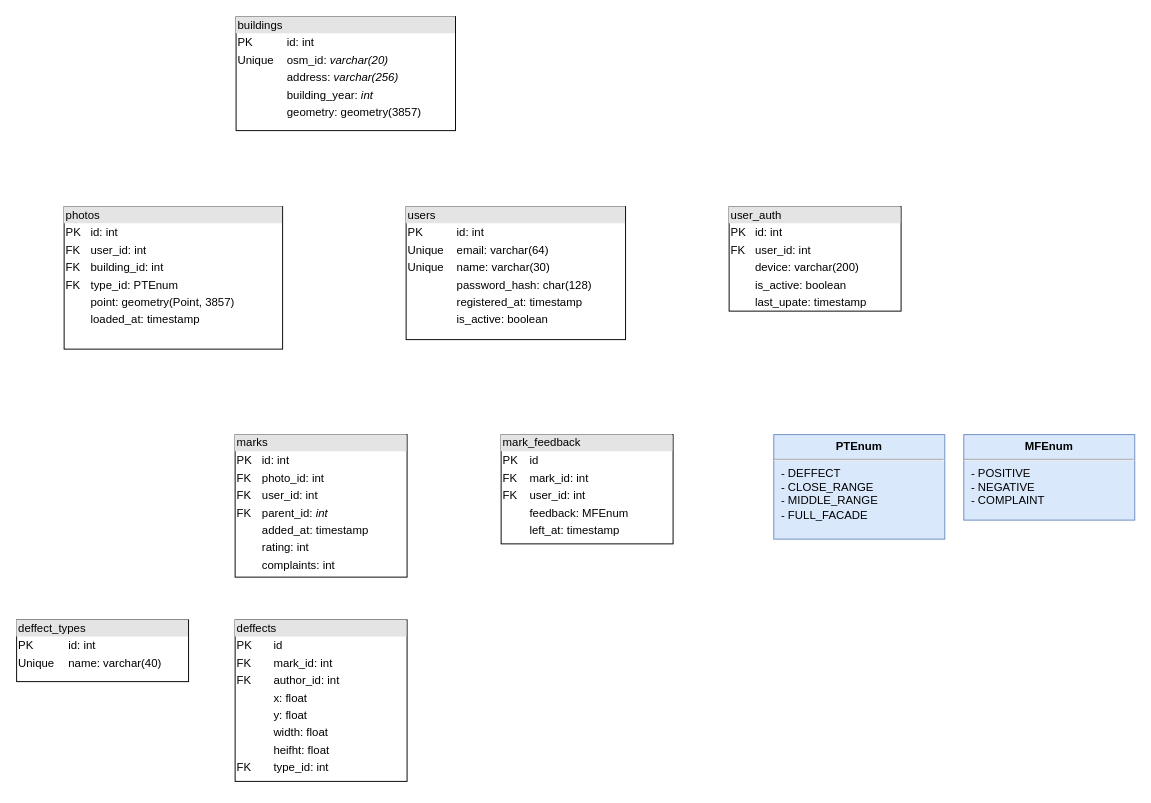
The draw.io diagram facades_diagrams.drawio in kanootoko/facades-state-evaluation, before the edit. Source tidied: cells renumbered, new cells numbered last; positions are measured from the earlier drawing's top-left corner, leaving out a move shared by most shapes. Both pictures are drawn from the tidied source at 95%, with x=0, y=0 at pixel (16, 16).
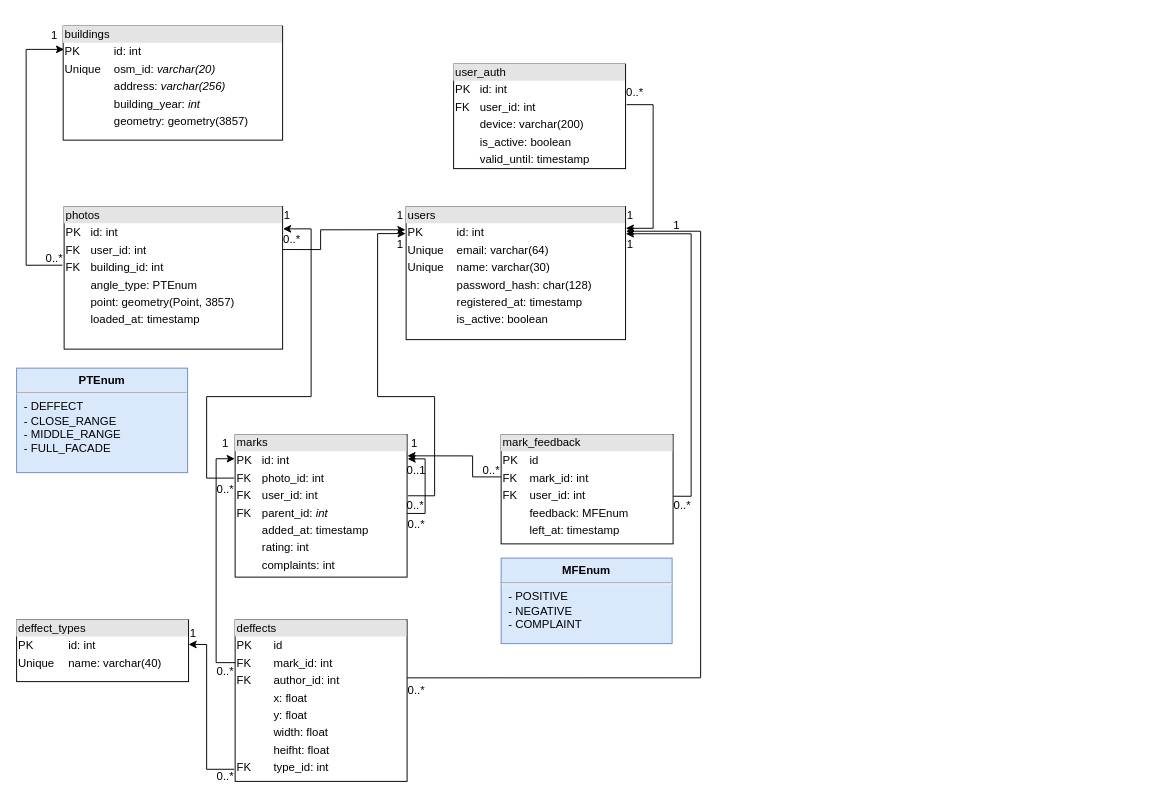
Above is the later version.

The change refers to these unchanged cells:
```xml
<mxCell id="3" value="&lt;div style=&quot;box-sizing: border-box ; width: 100% ; background: #e4e4e4 ; padding: 2px&quot;&gt;users&lt;/div&gt;&lt;table style=&quot;width: 100% ; font-size: 1em&quot; cellpadding=&quot;2&quot; cellspacing=&quot;0&quot;&gt;&lt;tbody&gt;&lt;tr&gt;&lt;td&gt;PK&lt;/td&gt;&lt;td&gt;id: int&lt;/td&gt;&lt;/tr&gt;&lt;tr&gt;&lt;td&gt;Unique&lt;/td&gt;&lt;td&gt;email: varchar(64)&lt;/td&gt;&lt;/tr&gt;&lt;tr&gt;&lt;td&gt;Unique&lt;/td&gt;&lt;td&gt;name: varchar(30)&lt;/td&gt;&lt;/tr&gt;&lt;tr&gt;&lt;td&gt;&lt;br&gt;&lt;/td&gt;&lt;td&gt;password_hash: char(128)&lt;/td&gt;&lt;/tr&gt;&lt;tr&gt;&lt;td&gt;&lt;br&gt;&lt;/td&gt;&lt;td&gt;registered_at: timestamp&lt;/td&gt;&lt;/tr&gt;&lt;tr&gt;&lt;td&gt;&lt;br&gt;&lt;/td&gt;&lt;td&gt;is_active: boolean&lt;/td&gt;&lt;/tr&gt;&lt;/tbody&gt;&lt;/table&gt;" style="verticalAlign=top;align=left;overflow=fill;html=1;" parent="1" vertex="1">
  <mxGeometry x="410" y="200" width="231" height="140" as="geometry" />
</mxCell>
<mxCell id="4" value="&lt;div style=&quot;box-sizing: border-box ; width: 100% ; background: #e4e4e4 ; padding: 2px&quot;&gt;deffects&lt;/div&gt;&lt;table style=&quot;width: 100% ; font-size: 1em&quot; cellpadding=&quot;2&quot; cellspacing=&quot;0&quot;&gt;&lt;tbody&gt;&lt;tr&gt;&lt;td&gt;PK&lt;/td&gt;&lt;td&gt;id&lt;/td&gt;&lt;/tr&gt;&lt;tr&gt;&lt;td&gt;FK&lt;/td&gt;&lt;td&gt;mark_id: int&lt;/td&gt;&lt;/tr&gt;&lt;tr&gt;&lt;td&gt;FK&lt;/td&gt;&lt;td&gt;author_id: int&lt;/td&gt;&lt;/tr&gt;&lt;tr&gt;&lt;td&gt;&lt;/td&gt;&lt;td&gt;x: float&lt;/td&gt;&lt;/tr&gt;&lt;tr&gt;&lt;td&gt;&lt;br&gt;&lt;/td&gt;&lt;td&gt;y: float&lt;/td&gt;&lt;/tr&gt;&lt;tr&gt;&lt;td&gt;&lt;br&gt;&lt;/td&gt;&lt;td&gt;width: float&lt;/td&gt;&lt;/tr&gt;&lt;tr&gt;&lt;td&gt;&lt;br&gt;&lt;/td&gt;&lt;td&gt;heifht: float&lt;/td&gt;&lt;/tr&gt;&lt;tr&gt;&lt;td&gt;FK&lt;/td&gt;&lt;td&gt;type_id: int&lt;br&gt;&lt;/td&gt;&lt;/tr&gt;&lt;/tbody&gt;&lt;/table&gt;" style="verticalAlign=top;align=left;overflow=fill;html=1;" parent="1" vertex="1">
  <mxGeometry x="230" y="635" width="181" height="170" as="geometry" />
</mxCell>
<mxCell id="5" value="&lt;div style=&quot;box-sizing: border-box ; width: 100% ; background: #e4e4e4 ; padding: 2px&quot;&gt;marks&lt;/div&gt;&lt;table style=&quot;width: 100% ; font-size: 1em&quot; cellpadding=&quot;2&quot; cellspacing=&quot;0&quot;&gt;&lt;tbody&gt;&lt;tr&gt;&lt;td&gt;PK&lt;/td&gt;&lt;td&gt;id: int&lt;/td&gt;&lt;/tr&gt;&lt;tr&gt;&lt;td&gt;FK&lt;/td&gt;&lt;td&gt;photo_id: int&lt;/td&gt;&lt;/tr&gt;&lt;tr&gt;&lt;td&gt;FK&lt;/td&gt;&lt;td&gt;user_id: int&lt;br&gt;&lt;/td&gt;&lt;/tr&gt;&lt;tr&gt;&lt;td&gt;FK&lt;/td&gt;&lt;td&gt;parent_id: &lt;i&gt;int&lt;/i&gt;&lt;/td&gt;&lt;/tr&gt;&lt;tr&gt;&lt;td&gt;&lt;br&gt;&lt;/td&gt;&lt;td&gt;added_at: timestamp&lt;/td&gt;&lt;/tr&gt;&lt;tr&gt;&lt;td&gt;&lt;br&gt;&lt;/td&gt;&lt;td&gt;rating: int&lt;/td&gt;&lt;/tr&gt;&lt;tr&gt;&lt;td&gt;&lt;br&gt;&lt;/td&gt;&lt;td&gt;complaints: int&lt;/td&gt;&lt;/tr&gt;&lt;/tbody&gt;&lt;/table&gt;" style="verticalAlign=top;align=left;overflow=fill;html=1;" parent="1" vertex="1">
  <mxGeometry x="230" y="440" width="181" height="150" as="geometry" />
</mxCell>
<mxCell id="6" value="&lt;div style=&quot;box-sizing: border-box ; width: 100% ; background: #e4e4e4 ; padding: 2px&quot;&gt;mark_feedback&lt;/div&gt;&lt;table style=&quot;width: 100% ; font-size: 1em&quot; cellpadding=&quot;2&quot; cellspacing=&quot;0&quot;&gt;&lt;tbody&gt;&lt;tr&gt;&lt;td&gt;PK&lt;/td&gt;&lt;td&gt;id&lt;/td&gt;&lt;/tr&gt;&lt;tr&gt;&lt;td&gt;FK&lt;/td&gt;&lt;td&gt;mark_id: int&lt;/td&gt;&lt;/tr&gt;&lt;tr&gt;&lt;td&gt;FK&lt;/td&gt;&lt;td&gt;user_id: int&lt;/td&gt;&lt;/tr&gt;&lt;tr&gt;&lt;td&gt;&lt;br&gt;&lt;/td&gt;&lt;td&gt;feedback: MFEnum&lt;/td&gt;&lt;/tr&gt;&lt;tr&gt;&lt;td&gt;&lt;br&gt;&lt;/td&gt;&lt;td&gt;left_at: timestamp&lt;/td&gt;&lt;/tr&gt;&lt;/tbody&gt;&lt;/table&gt;" style="verticalAlign=top;align=left;overflow=fill;html=1;" parent="1" vertex="1">
  <mxGeometry x="510" y="440" width="181" height="115" as="geometry" />
</mxCell>
<mxCell id="8" value="&lt;div style=&quot;box-sizing: border-box ; width: 100% ; background: #e4e4e4 ; padding: 2px&quot;&gt;deffect_types&lt;/div&gt;&lt;table style=&quot;width: 100% ; font-size: 1em&quot; cellpadding=&quot;2&quot; cellspacing=&quot;0&quot;&gt;&lt;tbody&gt;&lt;tr&gt;&lt;td&gt;PK&lt;/td&gt;&lt;td&gt;id: int&lt;/td&gt;&lt;/tr&gt;&lt;tr&gt;&lt;td&gt;Unique&lt;/td&gt;&lt;td&gt;name: varchar(40)&lt;/td&gt;&lt;/tr&gt;&lt;/tbody&gt;&lt;/table&gt;" style="verticalAlign=top;align=left;overflow=fill;html=1;" parent="1" vertex="1">
  <mxGeometry y="635" width="181" height="65" as="geometry" />
</mxCell>
```

Diff of the diagram source:
```diff
@@
-    <mxCell id="2" value="&lt;div style=&quot;box-sizing: border-box ; width: 100% ; background: #e4e4e4 ; padding: 2px&quot;&gt;photos&lt;/div&gt;&lt;table style=&quot;width: 100% ; font-size: 1em&quot; cellpadding=&quot;2&quot; cellspacing=&quot;0&quot;&gt;&lt;tbody&gt;&lt;tr&gt;&lt;td&gt;PK&lt;/td&gt;&lt;td&gt;id: int&lt;/td&gt;&lt;/tr&gt;&lt;tr&gt;&lt;td&gt;FK&lt;/td&gt;&lt;td&gt;user_id: int&lt;/td&gt;&lt;/tr&gt;&lt;tr&gt;&lt;td&gt;FK&lt;/td&gt;&lt;td&gt;building_id: int&lt;/td&gt;&lt;/tr&gt;&lt;tr&gt;&lt;td&gt;FK&lt;/td&gt;&lt;td&gt;type_id: PTEnum&lt;/td&gt;&lt;/tr&gt;&lt;tr&gt;&lt;td&gt;&lt;br&gt;&lt;/td&gt;&lt;td&gt;point: geometry(Point, 3857)&lt;/td&gt;&lt;/tr&gt;&lt;tr&gt;&lt;td&gt;&lt;br&gt;&lt;/td&gt;&lt;td&gt;loaded_at: timestamp&lt;/td&gt;&lt;/tr&gt;&lt;/tbody&gt;&lt;/table&gt;" style="verticalAlign=top;align=left;overflow=fill;html=1;" parent="1" vertex="1">
+    <mxCell id="2" value="&lt;div style=&quot;box-sizing: border-box ; width: 100% ; background: #e4e4e4 ; padding: 2px&quot;&gt;photos&lt;/div&gt;&lt;table style=&quot;width: 100% ; font-size: 1em&quot; cellpadding=&quot;2&quot; cellspacing=&quot;0&quot;&gt;&lt;tbody&gt;&lt;tr&gt;&lt;td&gt;PK&lt;/td&gt;&lt;td&gt;id: int&lt;/td&gt;&lt;/tr&gt;&lt;tr&gt;&lt;td&gt;FK&lt;/td&gt;&lt;td&gt;user_id: int&lt;/td&gt;&lt;/tr&gt;&lt;tr&gt;&lt;td&gt;FK&lt;/td&gt;&lt;td&gt;building_id: int&lt;/td&gt;&lt;/tr&gt;&lt;tr&gt;&lt;td&gt;&lt;br&gt;&lt;/td&gt;&lt;td&gt;angle_type: PTEnum&lt;/td&gt;&lt;/tr&gt;&lt;tr&gt;&lt;td&gt;&lt;br&gt;&lt;/td&gt;&lt;td&gt;point: geometry(Point, 3857)&lt;/td&gt;&lt;/tr&gt;&lt;tr&gt;&lt;td&gt;&lt;br&gt;&lt;/td&gt;&lt;td&gt;loaded_at: timestamp&lt;/td&gt;&lt;/tr&gt;&lt;/tbody&gt;&lt;/table&gt;" style="verticalAlign=top;align=left;overflow=fill;html=1;" parent="1" vertex="1">
       <mxGeometry x="50" y="200" width="230" height="150" as="geometry" />
     </mxCell>
@@
-    <mxCell id="7" value="&lt;div style=&quot;box-sizing: border-box ; width: 100% ; background: #e4e4e4 ; padding: 2px&quot;&gt;user_auth&lt;/div&gt;&lt;table style=&quot;width: 100% ; font-size: 1em&quot; cellpadding=&quot;2&quot; cellspacing=&quot;0&quot;&gt;&lt;tbody&gt;&lt;tr&gt;&lt;td&gt;PK&lt;/td&gt;&lt;td&gt;id: int&lt;/td&gt;&lt;/tr&gt;&lt;tr&gt;&lt;td&gt;FK&lt;/td&gt;&lt;td&gt;user_id: int&lt;/td&gt;&lt;/tr&gt;&lt;tr&gt;&lt;td&gt;&lt;/td&gt;&lt;td&gt;device: varchar(200)&lt;/td&gt;&lt;/tr&gt;&lt;tr&gt;&lt;td&gt;&lt;br&gt;&lt;/td&gt;&lt;td&gt;is_active: boolean&lt;/td&gt;&lt;/tr&gt;&lt;tr&gt;&lt;td&gt;&lt;br&gt;&lt;/td&gt;&lt;td&gt;last_upate: timestamp&lt;/td&gt;&lt;/tr&gt;&lt;/tbody&gt;&lt;/table&gt;" style="verticalAlign=top;align=left;overflow=fill;html=1;" parent="1" vertex="1">
-      <mxGeometry x="750" y="200" width="181" height="110" as="geometry" />
+    <mxCell id="7" value="&lt;div style=&quot;box-sizing: border-box ; width: 100% ; background: #e4e4e4 ; padding: 2px&quot;&gt;user_auth&lt;/div&gt;&lt;table style=&quot;width: 100% ; font-size: 1em&quot; cellpadding=&quot;2&quot; cellspacing=&quot;0&quot;&gt;&lt;tbody&gt;&lt;tr&gt;&lt;td&gt;PK&lt;/td&gt;&lt;td&gt;id: int&lt;/td&gt;&lt;/tr&gt;&lt;tr&gt;&lt;td&gt;FK&lt;/td&gt;&lt;td&gt;user_id: int&lt;/td&gt;&lt;/tr&gt;&lt;tr&gt;&lt;td&gt;&lt;/td&gt;&lt;td&gt;device: varchar(200)&lt;/td&gt;&lt;/tr&gt;&lt;tr&gt;&lt;td&gt;&lt;br&gt;&lt;/td&gt;&lt;td&gt;is_active: boolean&lt;/td&gt;&lt;/tr&gt;&lt;tr&gt;&lt;td&gt;&lt;br&gt;&lt;/td&gt;&lt;td&gt;valid_until: timestamp&lt;/td&gt;&lt;/tr&gt;&lt;/tbody&gt;&lt;/table&gt;" style="verticalAlign=top;align=left;overflow=fill;html=1;" parent="1" vertex="1">
+      <mxGeometry x="460" y="50" width="181" height="110" as="geometry" />
     </mxCell>
@@
     <mxCell id="9" value="&lt;p style=&quot;margin: 0px ; margin-top: 6px ; text-align: center&quot;&gt;&lt;b&gt;PTEnum&lt;/b&gt;&lt;/p&gt;&lt;hr&gt;&lt;p style=&quot;margin: 0px ; margin-left: 8px&quot;&gt;- DEFFECT&lt;/p&gt;&lt;p style=&quot;margin: 0px ; margin-left: 8px&quot;&gt;- CLOSE_RANGE&lt;br&gt;- MIDDLE_RANGE&lt;/p&gt;&lt;p style=&quot;margin: 0px ; margin-left: 8px&quot;&gt;- FULL_FACADE&lt;/p&gt;" style="align=left;overflow=fill;html=1;fillColor=#dae8fc;strokeColor=#6c8ebf;" parent="1" vertex="1">
-      <mxGeometry x="797" y="440" width="180" height="110" as="geometry" />
+      <mxGeometry y="370" width="180" height="110" as="geometry" />
     </mxCell>
     <mxCell id="10" value="&lt;p style=&quot;margin: 0px ; margin-top: 6px ; text-align: center&quot;&gt;&lt;b&gt;MFEnum&lt;/b&gt;&lt;/p&gt;&lt;hr&gt;&lt;p style=&quot;margin: 0px ; margin-left: 8px&quot;&gt;- POSITIVE&lt;/p&gt;&lt;p style=&quot;margin: 0px ; margin-left: 8px&quot;&gt;- NEGATIVE&lt;br&gt;- COMPLAINT&lt;br&gt;&lt;/p&gt;" style="align=left;overflow=fill;html=1;fillColor=#dae8fc;strokeColor=#6c8ebf;" parent="1" vertex="1">
-      <mxGeometry x="997" y="440" width="180" height="90" as="geometry" />
+      <mxGeometry x="510" y="570" width="180" height="90" as="geometry" />
     </mxCell>
     <mxCell id="11" value="&lt;div style=&quot;box-sizing: border-box ; width: 100% ; background: #e4e4e4 ; padding: 2px&quot;&gt;buildings&lt;/div&gt;&lt;table style=&quot;width: 100% ; font-size: 1em&quot; cellpadding=&quot;2&quot; cellspacing=&quot;0&quot;&gt;&lt;tbody&gt;&lt;tr&gt;&lt;td&gt;PK&lt;/td&gt;&lt;td&gt;id: int&lt;/td&gt;&lt;/tr&gt;&lt;tr&gt;&lt;td&gt;Unique&lt;/td&gt;&lt;td&gt;osm_id: &lt;i&gt;varchar(20)&lt;/i&gt;&lt;/td&gt;&lt;/tr&gt;&lt;tr&gt;&lt;td&gt;&lt;br&gt;&lt;/td&gt;&lt;td&gt;address: &lt;i&gt;varchar(256)&lt;/i&gt;&lt;/td&gt;&lt;/tr&gt;&lt;tr&gt;&lt;td&gt;&lt;br&gt;&lt;/td&gt;&lt;td&gt;building_year: &lt;i&gt;int&lt;/i&gt;&lt;/td&gt;&lt;/tr&gt;&lt;tr&gt;&lt;td&gt;&lt;br&gt;&lt;/td&gt;&lt;td&gt;geometry: geometry(3857)&lt;/td&gt;&lt;/tr&gt;&lt;/tbody&gt;&lt;/table&gt;" style="verticalAlign=top;align=left;overflow=fill;html=1;" parent="1" vertex="1">
-      <mxGeometry x="231" width="231" height="120" as="geometry" />
+      <mxGeometry x="49" y="10" width="231" height="120" as="geometry" />
     </mxCell>
+    <mxCell id="12" style="endArrow=classic;html=1;rounded=0;exitX=-0.008;exitY=0.411;exitDx=0;exitDy=0;exitPerimeter=0;edgeStyle=orthogonalEdgeStyle;entryX=0.004;entryY=0.204;entryDx=0;entryDy=0;entryPerimeter=0;" parent="1" edge="1" source="2" target="11">
+      <mxGeometry relative="1" as="geometry">
+        <Array as="points">
+          <mxPoint x="10" y="262" />
+          <mxPoint x="10" y="35" />
+        </Array>
+      </mxGeometry>
+    </mxCell>
+    <mxCell id="13" style="endArrow=classic;html=1;rounded=0;exitX=-0.006;exitY=0.305;exitDx=0;exitDy=0;exitPerimeter=0;edgeStyle=orthogonalEdgeStyle;entryX=1.002;entryY=0.156;entryDx=0;entryDy=0;entryPerimeter=0;" parent="1" edge="1" source="5" target="2">
+      <mxGeometry relative="1" as="geometry">
+        <Array as="points">
+          <mxPoint x="200" y="486" />
+          <mxPoint x="200" y="400" />
+          <mxPoint x="310" y="400" />
+          <mxPoint x="310" y="223" />
+        </Array>
+      </mxGeometry>
+    </mxCell>
+    <mxCell id="14" style="endArrow=classic;html=1;rounded=0;exitX=1;exitY=0.553;exitDx=0;exitDy=0;exitPerimeter=0;edgeStyle=orthogonalEdgeStyle;entryX=1.003;entryY=0.17;entryDx=0;entryDy=0;entryPerimeter=0;" parent="1" edge="1" source="5" target="5">
+      <mxGeometry relative="1" as="geometry">
+        <Array as="points">
+          <mxPoint x="430" y="523" />
+          <mxPoint x="430" y="466" />
+        </Array>
+      </mxGeometry>
+    </mxCell>
+    <mxCell id="15" style="endArrow=classic;html=1;rounded=0;exitX=1.006;exitY=0.429;exitDx=0;exitDy=0;exitPerimeter=0;edgeStyle=orthogonalEdgeStyle;entryX=-0.002;entryY=0.203;entryDx=0;entryDy=0;entryPerimeter=0;" parent="1" edge="1" source="5" target="3">
+      <mxGeometry relative="1" as="geometry">
+        <Array as="points">
+          <mxPoint x="440" y="504" />
+          <mxPoint x="440" y="400" />
+          <mxPoint x="380" y="400" />
+          <mxPoint x="380" y="228" />
+        </Array>
+      </mxGeometry>
+    </mxCell>
+    <mxCell id="16" style="endArrow=classic;html=1;rounded=0;exitX=0;exitY=0.387;exitDx=0;exitDy=0;exitPerimeter=0;edgeStyle=orthogonalEdgeStyle;entryX=1.002;entryY=0.149;entryDx=0;entryDy=0;entryPerimeter=0;" parent="1" edge="1" source="6" target="5">
+      <mxGeometry relative="1" as="geometry">
+        <Array as="points">
+          <mxPoint x="480" y="485" />
+          <mxPoint x="480" y="462" />
+        </Array>
+      </mxGeometry>
+    </mxCell>
+    <mxCell id="17" style="endArrow=classic;html=1;rounded=0;exitX=1.001;exitY=0.564;exitDx=0;exitDy=0;exitPerimeter=0;edgeStyle=orthogonalEdgeStyle;entryX=1.001;entryY=0.204;entryDx=0;entryDy=0;entryPerimeter=0;" parent="1" edge="1" source="6" target="3">
+      <mxGeometry relative="1" as="geometry">
+        <Array as="points">
+          <mxPoint x="710" y="505" />
+          <mxPoint x="710" y="229" />
+        </Array>
+      </mxGeometry>
+    </mxCell>
+    <mxCell id="18" style="endArrow=classic;html=1;rounded=0;exitX=1.006;exitY=0.388;exitDx=0;exitDy=0;exitPerimeter=0;edgeStyle=orthogonalEdgeStyle;entryX=1.001;entryY=0.163;entryDx=0;entryDy=0;entryPerimeter=0;" parent="1" edge="1" source="7" target="3">
+      <mxGeometry relative="1" as="geometry">
+        <Array as="points">
+          <mxPoint x="670" y="93" />
+          <mxPoint x="670" y="223" />
+        </Array>
+      </mxGeometry>
+    </mxCell>
+    <mxCell id="19" style="endArrow=classic;html=1;rounded=0;exitX=-0.006;exitY=0.925;exitDx=0;exitDy=0;exitPerimeter=0;edgeStyle=orthogonalEdgeStyle;entryX=1;entryY=0.398;entryDx=0;entryDy=0;entryPerimeter=0;" parent="1" edge="1" source="4" target="8">
+      <mxGeometry relative="1" as="geometry">
+        <Array as="points">
+          <mxPoint x="200" y="792" />
+          <mxPoint x="200" y="661" />
+        </Array>
+      </mxGeometry>
+    </mxCell>
+    <mxCell id="20" style="endArrow=classic;html=1;rounded=0;edgeStyle=orthogonalEdgeStyle;entryX=-0.002;entryY=0.169;entryDx=0;entryDy=0;entryPerimeter=0;" parent="1" edge="1" target="5">
+      <mxGeometry relative="1" as="geometry">
+        <mxPoint x="230" y="680" as="sourcePoint" />
+        <Array as="points">
+          <mxPoint x="210" y="680" />
+          <mxPoint x="210" y="465" />
+        </Array>
+      </mxGeometry>
+    </mxCell>
+    <mxCell id="21" style="endArrow=classic;html=1;rounded=0;exitX=0.998;exitY=0.301;exitDx=0;exitDy=0;exitPerimeter=0;edgeStyle=orthogonalEdgeStyle;entryX=-0.003;entryY=0.174;entryDx=0;entryDy=0;entryPerimeter=0;" parent="1" edge="1" source="2" target="3">
+      <mxGeometry relative="1" as="geometry">
+        <Array as="points">
+          <mxPoint x="320" y="245" />
+          <mxPoint x="320" y="224" />
+        </Array>
+      </mxGeometry>
+    </mxCell>
+    <mxCell id="22" style="endArrow=classic;html=1;rounded=0;exitX=1;exitY=0.359;exitDx=0;exitDy=0;exitPerimeter=0;edgeStyle=orthogonalEdgeStyle;entryX=1.002;entryY=0.185;entryDx=0;entryDy=0;entryPerimeter=0;" parent="1" edge="1" source="4" target="3">
+      <mxGeometry relative="1" as="geometry">
+        <Array as="points">
+          <mxPoint x="720" y="696" />
+          <mxPoint x="720" y="226" />
+        </Array>
+      </mxGeometry>
+    </mxCell>
+    <mxCell id="23" value="1" style="text;html=1;strokeColor=none;fillColor=none;align=center;verticalAlign=middle;whiteSpace=wrap;rounded=0;" parent="1" vertex="1">
+      <mxGeometry x="35" y="10" width="10" height="20" as="geometry" />
+    </mxCell>
+    <mxCell id="24" value="0..*" style="text;html=1;strokeColor=none;fillColor=none;align=center;verticalAlign=middle;whiteSpace=wrap;rounded=0;" parent="1" vertex="1">
+      <mxGeometry x="30" y="245" width="20" height="20" as="geometry" />
+    </mxCell>
+    <mxCell id="25" value="0..*" style="text;html=1;strokeColor=none;fillColor=none;align=center;verticalAlign=middle;whiteSpace=wrap;rounded=0;" parent="1" vertex="1">
+      <mxGeometry x="210" y="487.5" width="20" height="20" as="geometry" />
+    </mxCell>
+    <mxCell id="26" value="1" style="text;html=1;strokeColor=none;fillColor=none;align=center;verticalAlign=middle;whiteSpace=wrap;rounded=0;" parent="1" vertex="1">
+      <mxGeometry x="280" y="200" width="10" height="20" as="geometry" />
+    </mxCell>
+    <mxCell id="27" value="1" style="text;html=1;strokeColor=none;fillColor=none;align=center;verticalAlign=middle;whiteSpace=wrap;rounded=0;" parent="1" vertex="1">
+      <mxGeometry x="399" y="200" width="10" height="20" as="geometry" />
+    </mxCell>
+    <mxCell id="28" value="0..*" style="text;html=1;strokeColor=none;fillColor=none;align=center;verticalAlign=middle;whiteSpace=wrap;rounded=0;" parent="1" vertex="1">
+      <mxGeometry x="280" y="225" width="20" height="20" as="geometry" />
+    </mxCell>
+    <mxCell id="29" value="1" style="text;html=1;strokeColor=none;fillColor=none;align=center;verticalAlign=middle;whiteSpace=wrap;rounded=0;" parent="1" vertex="1">
+      <mxGeometry x="399" y="230" width="10" height="20" as="geometry" />
+    </mxCell>
+    <mxCell id="30" value="1" style="text;html=1;strokeColor=none;fillColor=none;align=center;verticalAlign=middle;whiteSpace=wrap;rounded=0;" parent="1" vertex="1">
+      <mxGeometry x="641" y="200" width="10" height="20" as="geometry" />
+    </mxCell>
+    <mxCell id="31" value="1" style="text;html=1;strokeColor=none;fillColor=none;align=center;verticalAlign=middle;whiteSpace=wrap;rounded=0;" parent="1" vertex="1">
+      <mxGeometry x="641" y="230" width="10" height="20" as="geometry" />
+    </mxCell>
+    <mxCell id="32" value="1" style="text;html=1;strokeColor=none;fillColor=none;align=center;verticalAlign=middle;whiteSpace=wrap;rounded=0;" parent="1" vertex="1">
+      <mxGeometry x="690" y="210" width="10" height="20" as="geometry" />
+    </mxCell>
+    <mxCell id="33" value="0..*" style="text;html=1;strokeColor=none;fillColor=none;align=center;verticalAlign=middle;whiteSpace=wrap;rounded=0;" parent="1" vertex="1">
+      <mxGeometry x="641" y="70" width="20" height="20" as="geometry" />
+    </mxCell>
+    <mxCell id="34" value="0..*" style="text;html=1;strokeColor=none;fillColor=none;align=center;verticalAlign=middle;whiteSpace=wrap;rounded=0;" parent="1" vertex="1">
+      <mxGeometry x="691" y="505" width="20" height="20" as="geometry" />
+    </mxCell>
+    <mxCell id="35" value="0..*" style="text;html=1;strokeColor=none;fillColor=none;align=center;verticalAlign=middle;whiteSpace=wrap;rounded=0;" parent="1" vertex="1">
+      <mxGeometry x="411" y="700" width="20" height="20" as="geometry" />
+    </mxCell>
+    <mxCell id="36" value="0..*" style="text;html=1;strokeColor=none;fillColor=none;align=center;verticalAlign=middle;whiteSpace=wrap;rounded=0;" parent="1" vertex="1">
+      <mxGeometry x="210" y="790" width="20" height="20" as="geometry" />
+    </mxCell>
+    <mxCell id="37" value="1" style="text;html=1;strokeColor=none;fillColor=none;align=center;verticalAlign=middle;whiteSpace=wrap;rounded=0;" parent="1" vertex="1">
+      <mxGeometry x="181" y="640" width="10" height="20" as="geometry" />
+    </mxCell>
+    <mxCell id="38" value="1" style="text;html=1;strokeColor=none;fillColor=none;align=center;verticalAlign=middle;whiteSpace=wrap;rounded=0;" parent="1" vertex="1">
+      <mxGeometry x="215" y="440" width="10" height="20" as="geometry" />
+    </mxCell>
+    <mxCell id="39" value="0..*" style="text;html=1;strokeColor=none;fillColor=none;align=center;verticalAlign=middle;whiteSpace=wrap;rounded=0;" parent="1" vertex="1">
+      <mxGeometry x="411" y="525" width="20" height="20" as="geometry" />
+    </mxCell>
+    <mxCell id="40" value="0..1" style="text;html=1;strokeColor=none;fillColor=none;align=center;verticalAlign=middle;whiteSpace=wrap;rounded=0;" parent="1" vertex="1">
+      <mxGeometry x="411" y="467.5" width="20" height="20" as="geometry" />
+    </mxCell>
+    <mxCell id="41" value="0..*" style="text;html=1;strokeColor=none;fillColor=none;align=center;verticalAlign=middle;whiteSpace=wrap;rounded=0;" parent="1" vertex="1">
+      <mxGeometry x="410" y="505" width="20" height="20" as="geometry" />
+    </mxCell>
+    <mxCell id="42" value="1" style="text;html=1;strokeColor=none;fillColor=none;align=center;verticalAlign=middle;whiteSpace=wrap;rounded=0;" parent="1" vertex="1">
+      <mxGeometry x="414" y="440" width="10" height="20" as="geometry" />
+    </mxCell>
+    <mxCell id="43" value="0..*" style="text;html=1;strokeColor=none;fillColor=none;align=center;verticalAlign=middle;whiteSpace=wrap;rounded=0;" parent="1" vertex="1">
+      <mxGeometry x="490" y="467.5" width="20" height="20" as="geometry" />
+    </mxCell>
+    <mxCell id="44" value="0..*" style="text;html=1;strokeColor=none;fillColor=none;align=center;verticalAlign=middle;whiteSpace=wrap;rounded=0;" parent="1" vertex="1">
+      <mxGeometry x="210" y="680" width="20" height="20" as="geometry" />
+    </mxCell>
```
